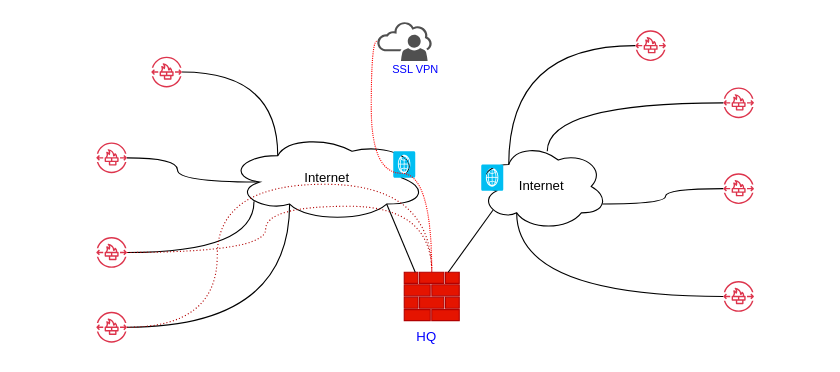
Earlier version of the draw.io diagram HDA SDWAN.drawio (kennedyjombo/intro-to-me). Source tidied: cells renumbered, new cells numbered last; positions are measured from the earlier drawing's top-left corner, leaving out a move shared by most shapes. Both pictures are drawn from the tidied source at 110%, with x=0, y=0 at pixel (96, 21).
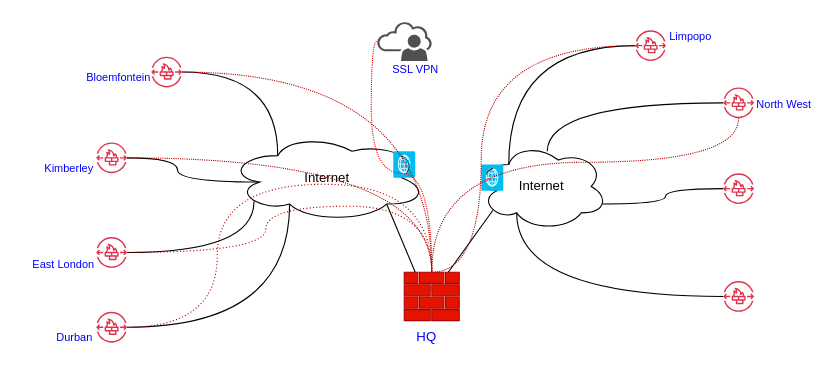
Above is the later version.

The change refers to these unchanged cells:
```xml
<mxCell id="3" style="sketch=0;outlineConnect=0;fontColor=#232F3E;gradientColor=none;fillColor=#DD344C;strokeColor=none;dashed=0;verticalLabelPosition=bottom;verticalAlign=top;align=center;html=1;fontSize=12;fontStyle=0;shape=mxgraph.aws4.network_firewall_endpoints;" parent="1" vertex="1">
  <mxGeometry y="110" width="28" height="28" as="geometry" />
</mxCell>
<mxCell id="4" style="sketch=0;outlineConnect=0;fontColor=#232F3E;gradientColor=none;fillColor=#DD344C;strokeColor=none;dashed=0;verticalLabelPosition=bottom;verticalAlign=top;align=center;html=1;fontSize=12;fontStyle=0;shape=mxgraph.aws4.network_firewall_endpoints;" parent="1" vertex="1">
  <mxGeometry x="50" y="32" width="28" height="28" as="geometry" />
</mxCell>
<mxCell id="7" style="sketch=0;outlineConnect=0;fontColor=#232F3E;gradientColor=none;fillColor=#DD344C;strokeColor=none;dashed=0;verticalLabelPosition=bottom;verticalAlign=top;align=center;html=1;fontSize=12;fontStyle=0;shape=mxgraph.aws4.network_firewall_endpoints;" parent="1" vertex="1">
  <mxGeometry x="490" y="8" width="28" height="28" as="geometry" />
</mxCell>
<mxCell id="10" style="sketch=0;outlineConnect=0;fontColor=#232F3E;gradientColor=none;fillColor=#DD344C;strokeColor=none;dashed=0;verticalLabelPosition=bottom;verticalAlign=top;align=center;html=1;fontSize=12;fontStyle=0;shape=mxgraph.aws4.network_firewall_endpoints;" parent="1" vertex="1">
  <mxGeometry x="570" y="60" width="28" height="28" as="geometry" />
</mxCell>
<mxCell id="11" style="sketch=0;shadow=0;dashed=0;html=1;strokeColor=#B20000;labelPosition=center;verticalLabelPosition=bottom;verticalAlign=top;align=center;fillColor=#e51400;shape=mxgraph.mscae.enterprise.firewall;fontColor=#ffffff;" parent="1" vertex="1">
  <mxGeometry x="280" y="228" width="50" height="44" as="geometry" />
</mxCell>
```

The edit, as a diff of the source:
```diff
@@
+    <mxCell id="31" value="&lt;font color=&quot;#0000ff&quot; style=&quot;font-size: 10px;&quot;&gt;Kimberley&lt;/font&gt;" style="text;html=1;align=center;verticalAlign=middle;strokeColor=none;fillColor=none;" parent="1" vertex="1">
+      <mxGeometry x="-60" y="118" width="70" height="30" as="geometry" />
+    </mxCell>
+    <mxCell id="32" value="&lt;font style=&quot;font-size: 10px;&quot;&gt;&lt;font color=&quot;#0000ff&quot;&gt;East London&lt;/font&gt;&lt;br&gt;&lt;/font&gt;" style="text;html=1;align=center;verticalAlign=middle;strokeColor=none;fillColor=none;" parent="1" vertex="1">
+      <mxGeometry x="-70" y="206" width="80" height="30" as="geometry" />
+    </mxCell>
+    <mxCell id="33" value="&lt;font style=&quot;font-size: 10px;&quot; color=&quot;#0000ff&quot;&gt;Bloemfontein&lt;/font&gt;" style="text;html=1;align=center;verticalAlign=middle;strokeColor=none;fillColor=none;" parent="1" vertex="1">
+      <mxGeometry x="-20" y="36" width="80" height="30" as="geometry" />
+    </mxCell>
+    <mxCell id="34" value="&lt;font color=&quot;#0000ff&quot; style=&quot;font-size: 10px;&quot;&gt;Durban&lt;/font&gt;" style="text;html=1;align=center;verticalAlign=middle;strokeColor=none;fillColor=none;" parent="1" vertex="1">
+      <mxGeometry x="-50" y="272" width="60" height="30" as="geometry" />
+    </mxCell>
+    <mxCell id="35" value="&lt;font style=&quot;font-size: 10px;&quot; color=&quot;#0000ff&quot;&gt;Limpopo&lt;/font&gt;" style="text;html=1;align=center;verticalAlign=middle;strokeColor=none;fillColor=none;" parent="1" vertex="1">
+      <mxGeometry x="510" y="-2" width="60" height="30" as="geometry" />
+    </mxCell>
+    <mxCell id="36" value="&lt;font style=&quot;font-size: 10px;&quot;&gt;&lt;font color=&quot;#0000ff&quot;&gt;North West&lt;/font&gt;&lt;br&gt;&lt;/font&gt;" style="text;html=1;align=center;verticalAlign=middle;strokeColor=none;fillColor=none;" parent="1" vertex="1">
+      <mxGeometry x="590" y="60" width="70" height="30" as="geometry" />
+    </mxCell>
+    <mxCell id="37" style="edgeStyle=orthogonalEdgeStyle;rounded=0;jettySize=auto;html=1;entryX=0.5;entryY=0;entryDx=0;entryDy=0;entryPerimeter=0;endArrow=none;endFill=0;dashed=1;dashPattern=1 1;fillColor=#e51400;strokeColor=#B20000;curved=1;" parent="1" edge="1" source="3" target="11">
+      <mxGeometry relative="1" as="geometry" />
+    </mxCell>
+    <mxCell id="38" style="edgeStyle=orthogonalEdgeStyle;rounded=0;jettySize=auto;html=1;entryX=0.5;entryY=0;entryDx=0;entryDy=0;entryPerimeter=0;endArrow=none;endFill=0;dashed=1;dashPattern=1 1;curved=1;fillColor=#e51400;strokeColor=#B20000;" parent="1" edge="1" source="4" target="11">
+      <mxGeometry relative="1" as="geometry" />
+    </mxCell>
+    <mxCell id="39" style="edgeStyle=orthogonalEdgeStyle;rounded=0;jettySize=auto;html=1;entryX=0.5;entryY=0;entryDx=0;entryDy=0;entryPerimeter=0;curved=1;dashed=1;dashPattern=1 1;fillColor=#e51400;strokeColor=#B20000;endArrow=none;endFill=0;" parent="1" edge="1" source="7" target="11">
+      <mxGeometry relative="1" as="geometry">
+        <Array as="points">
+          <mxPoint x="350" y="22" />
+          <mxPoint x="350" y="228" />
+        </Array>
+      </mxGeometry>
+    </mxCell>
+    <mxCell id="40" style="edgeStyle=orthogonalEdgeStyle;rounded=0;jettySize=auto;html=1;entryX=0.5;entryY=0;entryDx=0;entryDy=0;entryPerimeter=0;curved=1;fillColor=#e51400;strokeColor=#B20000;dashed=1;dashPattern=1 1;endArrow=none;endFill=0;" parent="1" edge="1" source="10" target="11">
+      <mxGeometry relative="1" as="geometry">
+        <Array as="points">
+          <mxPoint x="584" y="128" />
+          <mxPoint x="305" y="128" />
+        </Array>
+      </mxGeometry>
+    </mxCell>
```
